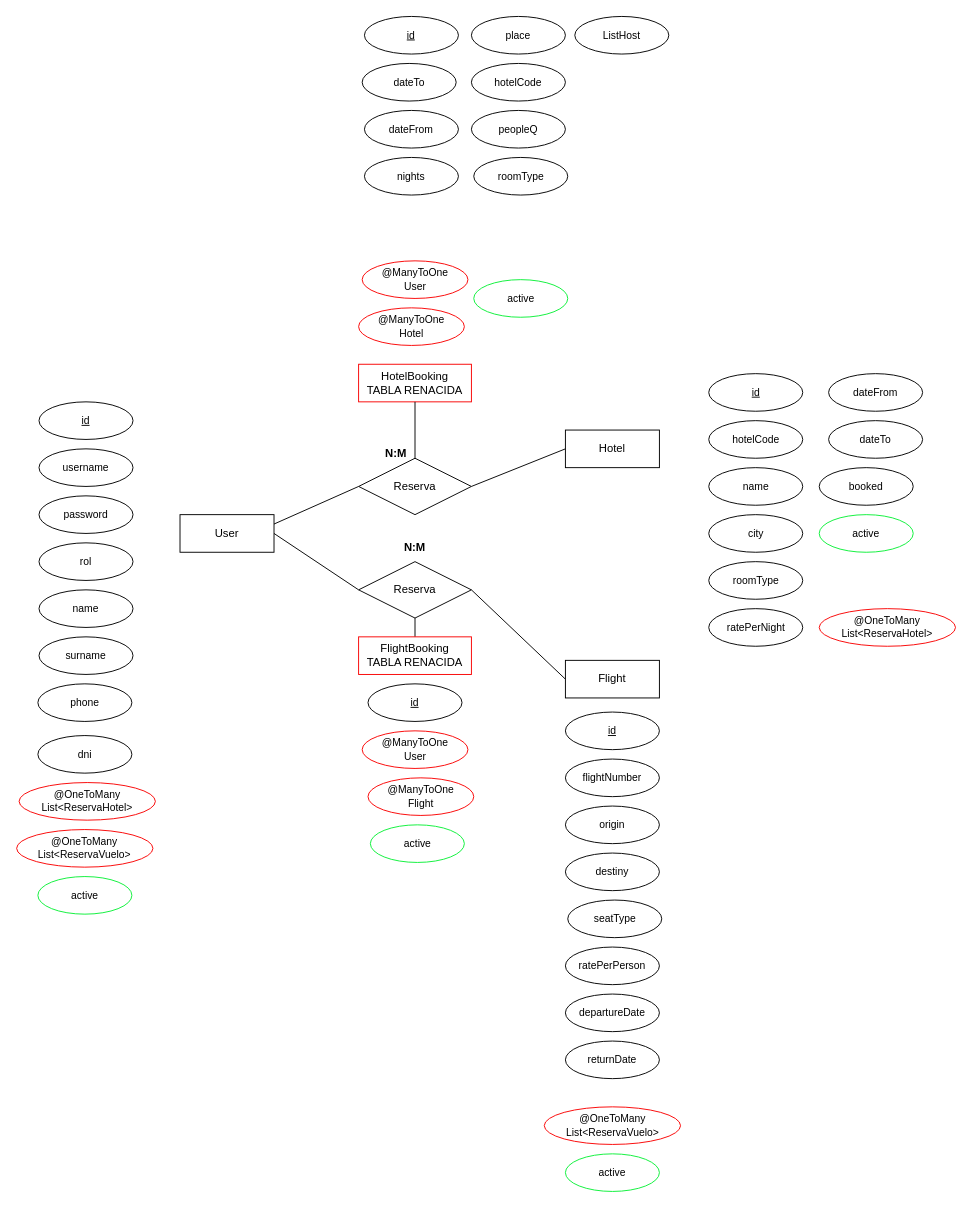
Above: Diagrama.drawio in AlbertoArroyoS/albertoArroyo_pruebatec4 (draw.io), before the change. Source tidied: cells renumbered, new cells numbered last; positions are measured from the earlier drawing's top-left corner, leaving out a move shared by most shapes. Both pictures are drawn from the tidied source at 94%, with x=0, y=0 at pixel (16, 16).
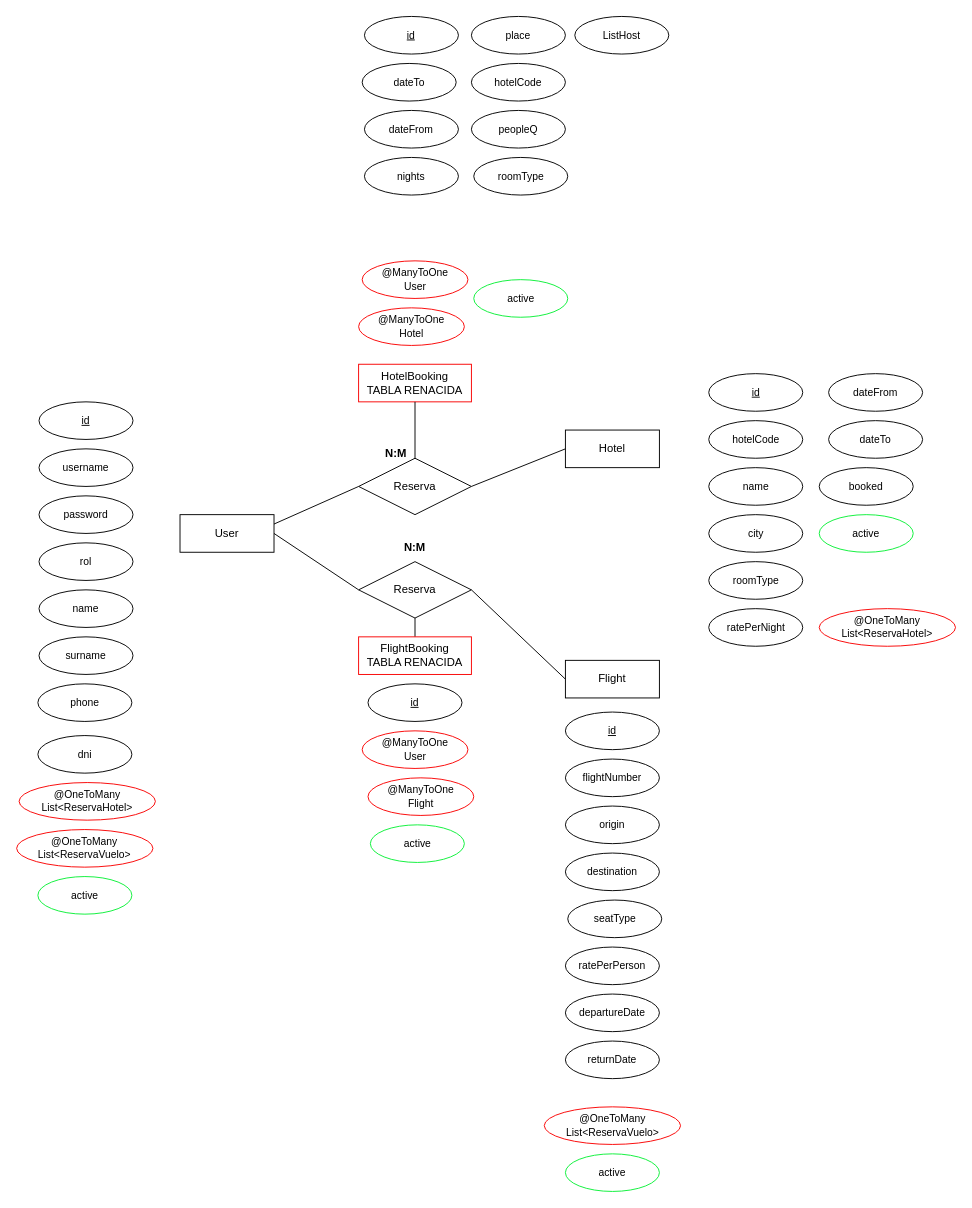
After the change.

Commit message (it also covers changes not shown here):
Flight model

The edit, as a diff of the source:
```diff
@@
-    <mxCell id="56" value="destiny" style="ellipse;whiteSpace=wrap;html=1;align=center;fontFamily=Helvetica;fontSize=11;fontColor=default;labelBackgroundColor=default;" parent="1" vertex="1">
+    <mxCell id="56" value="destination" style="ellipse;whiteSpace=wrap;html=1;align=center;fontFamily=Helvetica;fontSize=11;fontColor=default;labelBackgroundColor=default;" parent="1" vertex="1">
       <mxGeometry x="584" y="890" width="100" height="40" as="geometry" />
     </mxCell>
```
